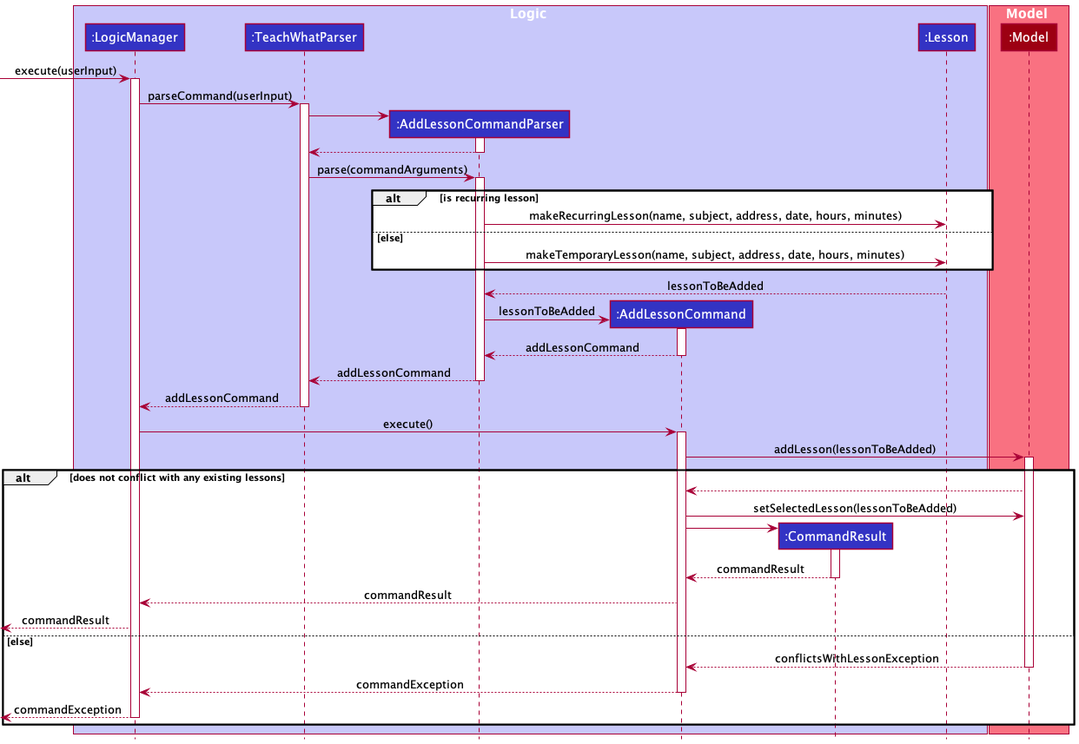
Before: docs/images/AddLessonSequenceDiagram.png, a diagram exported from PlantUML (nus-cs2103-AY2122S2/tp). Source of this version:
```plantuml
@startuml
!include style.puml

box Logic LOGIC_COLOR_T1
participant ":LogicManager" as LogicManager LOGIC_COLOR
participant ":TeachWhatParser" as TeachWhatParser LOGIC_COLOR
participant ":AddLessonCommandParser" as AddLessonCommandParser LOGIC_COLOR
participant ":AddLessonCommand" as AddLessonCommand LOGIC_COLOR
participant ":CommandResult" as CommandResult LOGIC_COLOR
participant ":Lesson" as Lesson LOGIC_COLOR
end box

box Model MODEL_COLOR_T1
participant ":Model" as Model MODEL_COLOR
end box

[-> LogicManager : execute(userInput)
activate LogicManager

LogicManager -> TeachWhatParser : parseCommand(userInput)
activate TeachWhatParser

create AddLessonCommandParser
TeachWhatParser -> AddLessonCommandParser
activate AddLessonCommandParser

AddLessonCommandParser --> TeachWhatParser
deactivate AddLessonCommandParser

TeachWhatParser -> AddLessonCommandParser : parse(commandArguments)
activate AddLessonCommandParser

alt is recurring lesson
    AddLessonCommandParser -> Lesson : makeRecurringLesson(name, subject, address, date, hours, minutes)
else else
    AddLessonCommandParser -> Lesson : makeTemporaryLesson(name, subject, address, date, hours, minutes)
end

AddLessonCommandParser <-- Lesson : lessonToBeAdded

create AddLessonCommand
AddLessonCommandParser -> AddLessonCommand : lessonToBeAdded
activate AddLessonCommand

AddLessonCommand --> AddLessonCommandParser : addLessonCommand
deactivate AddLessonCommand

AddLessonCommandParser --> TeachWhatParser : addLessonCommand
deactivate AddLessonCommandParser

TeachWhatParser --> LogicManager : addLessonCommand
deactivate TeachWhatParser

LogicManager -> AddLessonCommand : execute()
activate AddLessonCommand

AddLessonCommand -> Model : addLesson(lessonToBeAdded)
activate Model
alt does not conflict with any existing lessons
    AddLessonCommand <-- Model
    AddLessonCommand -> Model : setSelectedLesson(lessonToBeAdded)

    create CommandResult
    AddLessonCommand -> CommandResult
    activate CommandResult
    CommandResult --> AddLessonCommand : commandResult
    deactivate CommandResult

    LogicManager <-- AddLessonCommand : commandResult

    [<--LogicManager : commandResult
else else
     AddLessonCommand <-- Model : conflictsWithLessonException
     deactivate Model
     LogicManager <-- AddLessonCommand : commandException
     deactivate AddLessonCommand

     [<--LogicManager : commandException
     deactivate LogicManager

end
@enduml
```
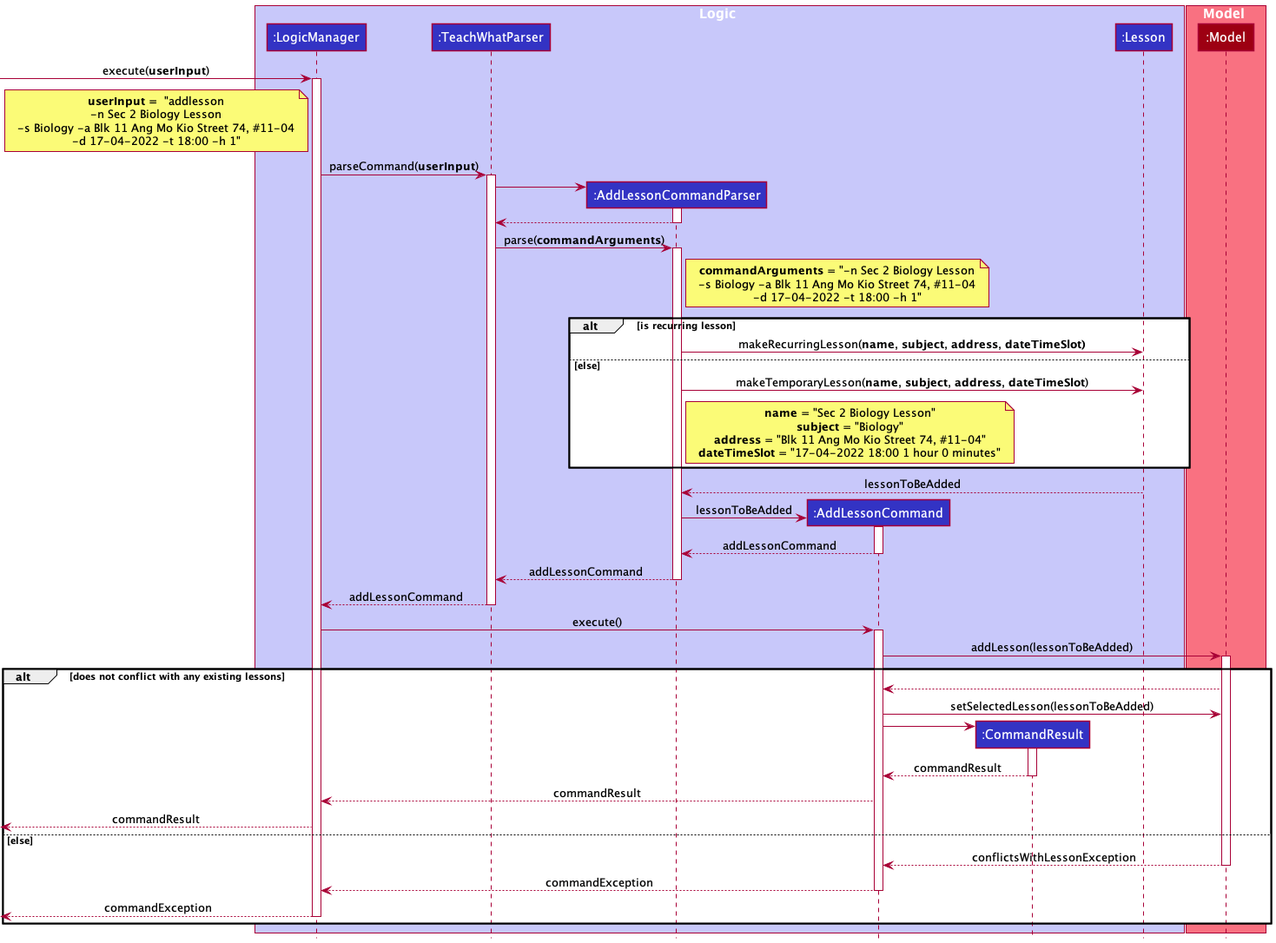
Later version of the same file.

Commit message:
Update sequence diagram for add lesson command implementation in Developer Guide

Diff of the diagram source:
```diff
@@ -14,10 +14,16 @@
 participant ":Model" as Model MODEL_COLOR
 end box
 
-[-> LogicManager : execute(userInput)
+[-> LogicManager : execute(**userInput**)
+note left of LogicManager
+**userInput = ** "addlesson
+-n Sec 2 Biology Lesson
+-s Biology -a Blk 11 Ang Mo Kio Street 74, #11-04
+-d 17-04-2022 -t 18:00 -h 1"
+end note
 activate LogicManager
 
-LogicManager -> TeachWhatParser : parseCommand(userInput)
+LogicManager -> TeachWhatParser : parseCommand(**userInput**)
 activate TeachWhatParser
 
 create AddLessonCommandParser
@@ -27,13 +33,26 @@
 AddLessonCommandParser --> TeachWhatParser
 deactivate AddLessonCommandParser
 
-TeachWhatParser -> AddLessonCommandParser : parse(commandArguments)
+TeachWhatParser -> AddLessonCommandParser : parse(**commandArguments**)
+note right of AddLessonCommandParser
+**commandArguments** = "-n Sec 2 Biology Lesson
+-s Biology -a Blk 11 Ang Mo Kio Street 74, #11-04
+-d 17-04-2022 -t 18:00 -h 1"
+end note
 activate AddLessonCommandParser
 
 alt is recurring lesson
-    AddLessonCommandParser -> Lesson : makeRecurringLesson(name, subject, address, date, hours, minutes)
+    AddLessonCommandParser -> Lesson : makeRecurringLesson(**name**, **subject**, **address**, **dateTimeSlot)**
+
 else else
-    AddLessonCommandParser -> Lesson : makeTemporaryLesson(name, subject, address, date, hours, minutes)
+    AddLessonCommandParser -> Lesson : makeTemporaryLesson(**name**, **subject**, **address**, **dateTimeSlot**)
+
+    note right of AddLessonCommandParser
+    **name** = "Sec 2 Biology Lesson"
+    **subject** = "Biology"
+    **address** = "Blk 11 Ang Mo Kio Street 74, #11-04"
+    **dateTimeSlot** = "17-04-2022 18:00 1 hour 0 minutes"
+    end note
 end
 
 AddLessonCommandParser <-- Lesson : lessonToBeAdded
```
